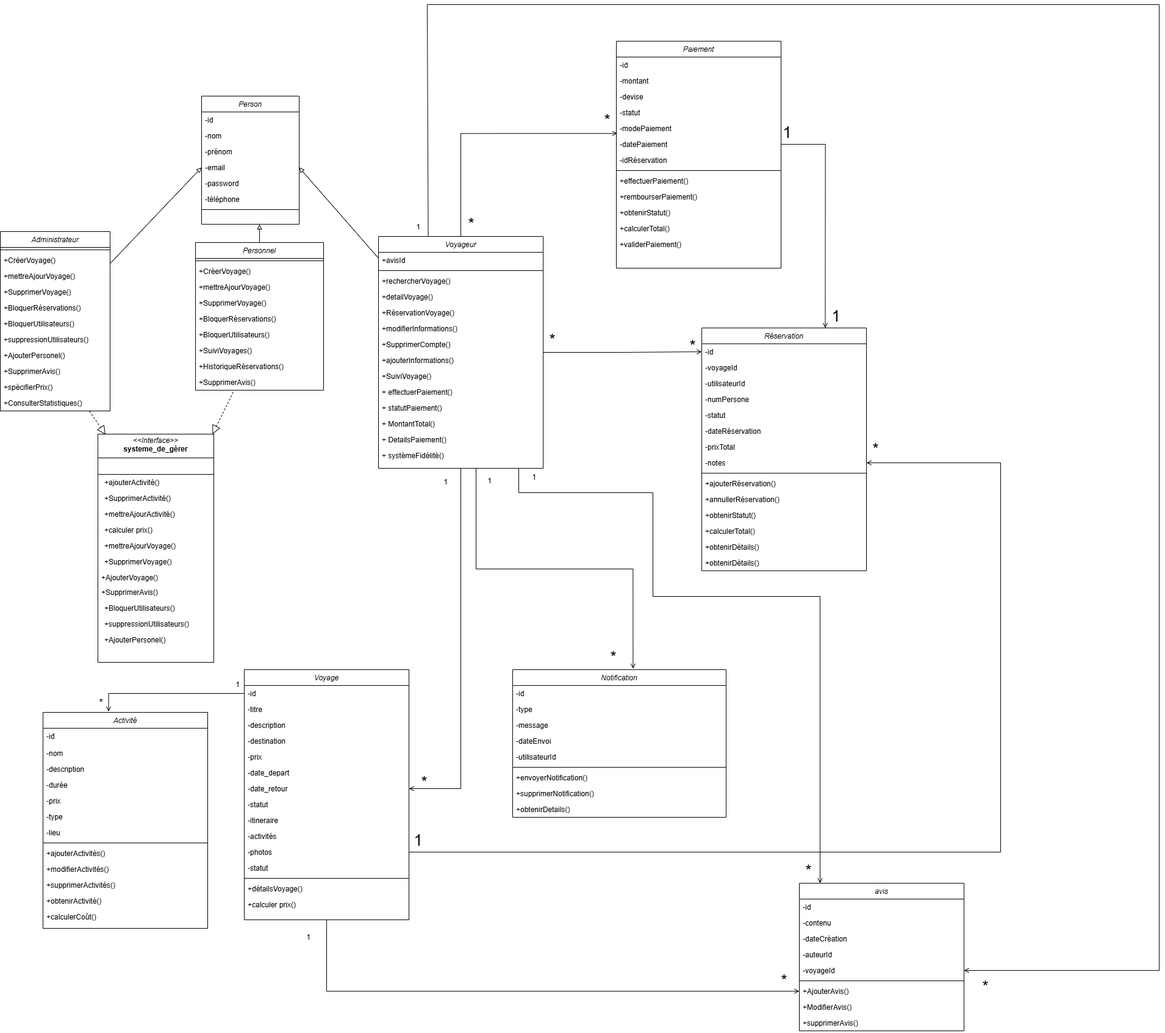
Above: Conception UML/Untitled Diagram.png in Hichamelhmaydi/file-rouge-DOC (draw.io), before the change. Source tidied: cells renumbered, new cells last; positions are measured from the earlier drawing's top-left corner, leaving out a move shared by most shapes.
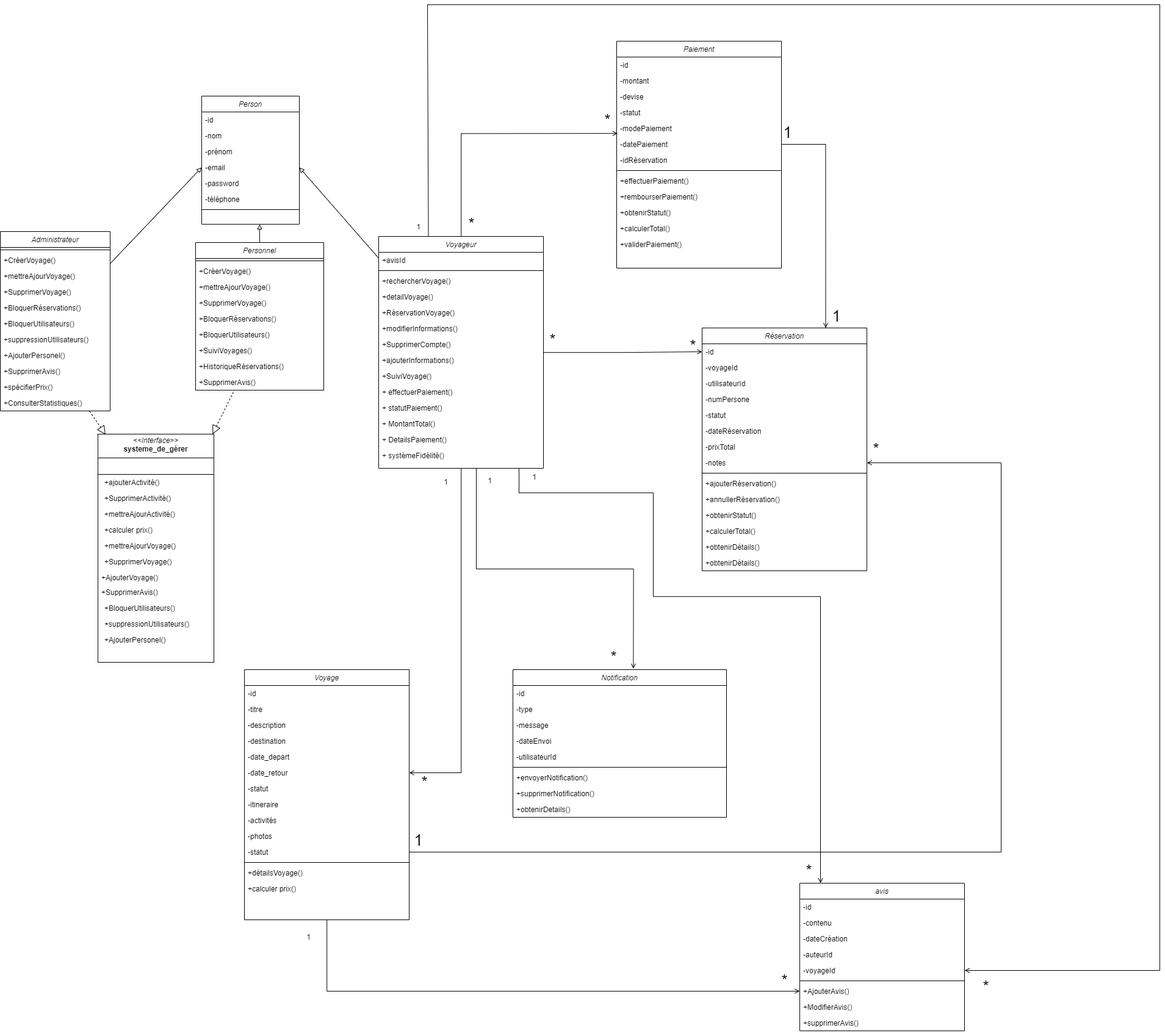
The same diagram one commit later.

Commit message:
mettre a jour uml

Change to the diagram source:
```diff
@@ -182,81 +182,36 @@
     <mxCell id="58" value="-destination" style="text;align=left;verticalAlign=top;spacingLeft=4;spacingRight=4;overflow=hidden;rounded=0;shadow=0;html=0;" parent="54" vertex="1">
       <mxGeometry y="104" width="270" height="26" as="geometry" />
     </mxCell>
-    <mxCell id="59" value="-prix" style="text;align=left;verticalAlign=top;spacingLeft=4;spacingRight=4;overflow=hidden;rounded=0;shadow=0;html=0;" parent="54" vertex="1">
-      <mxGeometry y="130" width="270" height="26" as="geometry" />
-    </mxCell>
     <mxCell id="60" value="-date_depart" style="text;align=left;verticalAlign=top;spacingLeft=4;spacingRight=4;overflow=hidden;rounded=0;shadow=0;html=0;" parent="54" vertex="1">
-      <mxGeometry y="156" width="270" height="26" as="geometry" />
+      <mxGeometry y="130" width="270" height="26" as="geometry" />
     </mxCell>
     <mxCell id="61" value="-date_retour" style="text;align=left;verticalAlign=top;spacingLeft=4;spacingRight=4;overflow=hidden;points=[[0,0.5],[1,0.5]];portConstraint=eastwest;rounded=0;shadow=0;html=0;" parent="54" vertex="1">
-      <mxGeometry y="182" width="270" height="26" as="geometry" />
+      <mxGeometry y="156" width="270" height="26" as="geometry" />
     </mxCell>
     <mxCell id="62" value="-statut" style="text;align=left;verticalAlign=top;spacingLeft=4;spacingRight=4;overflow=hidden;rounded=0;shadow=0;html=0;" parent="54" vertex="1">
-      <mxGeometry y="208" width="270" height="26" as="geometry" />
+      <mxGeometry y="182" width="270" height="26" as="geometry" />
     </mxCell>
     <mxCell id="63" value="-itineraire" style="text;align=left;verticalAlign=top;spacingLeft=4;spacingRight=4;overflow=hidden;rounded=0;shadow=0;html=0;" parent="54" vertex="1">
-      <mxGeometry y="234" width="270" height="26" as="geometry" />
+      <mxGeometry y="208" width="270" height="26" as="geometry" />
     </mxCell>
     <mxCell id="64" value="-activités" style="text;align=left;verticalAlign=top;spacingLeft=4;spacingRight=4;overflow=hidden;rounded=0;shadow=0;html=0;" parent="54" vertex="1">
-      <mxGeometry y="260" width="270" height="26" as="geometry" />
+      <mxGeometry y="234" width="270" height="26" as="geometry" />
     </mxCell>
     <mxCell id="65" value="-photos" style="text;align=left;verticalAlign=top;spacingLeft=4;spacingRight=4;overflow=hidden;points=[[0,0.5],[1,0.5]];portConstraint=eastwest;rounded=0;shadow=0;html=0;" parent="54" vertex="1">
-      <mxGeometry y="286" width="270" height="26" as="geometry" />
+      <mxGeometry y="260" width="270" height="26" as="geometry" />
     </mxCell>
     <mxCell id="66" value="-statut" style="text;align=left;verticalAlign=top;spacingLeft=4;spacingRight=4;overflow=hidden;rounded=0;shadow=0;html=0;" parent="54" vertex="1">
-      <mxGeometry y="312" width="270" height="26" as="geometry" />
+      <mxGeometry y="286" width="270" height="26" as="geometry" />
     </mxCell>
     <mxCell id="67" style="line;html=1;strokeWidth=1;align=left;verticalAlign=middle;spacingTop=-1;spacingLeft=3;spacingRight=3;labelPosition=right;" parent="54" vertex="1">
-      <mxGeometry y="338" width="270" height="8" as="geometry" />
+      <mxGeometry y="312" width="270" height="8" as="geometry" />
     </mxCell>
     <mxCell id="68" value="+détailsVoyage()" style="text;align=left;verticalAlign=top;spacingLeft=4;spacingRight=4;overflow=hidden;rounded=0;shadow=0;html=0;" parent="54" vertex="1">
-      <mxGeometry y="346" width="270" height="26" as="geometry" />
+      <mxGeometry y="320" width="270" height="26" as="geometry" />
     </mxCell>
     <mxCell id="69" value="+calculer prix()" style="text;align=left;verticalAlign=top;spacingLeft=4;spacingRight=4;overflow=hidden;rounded=0;shadow=0;html=0;" parent="54" vertex="1">
-      <mxGeometry y="372" width="270" height="26" as="geometry" />
+      <mxGeometry y="346" width="270" height="26" as="geometry" />
     </mxCell>
-    <mxCell id="70" value="Activité" style="swimlane;fontStyle=2;align=center;verticalAlign=top;horizontal=1;startSize=26;rounded=0;shadow=0;strokeWidth=1;" parent="1" vertex="1">
-      <mxGeometry x="70" y="1160" width="270" height="354" as="geometry" />
-    </mxCell>
-    <mxCell id="71" value="-id" style="text;align=left;verticalAlign=top;spacingLeft=4;spacingRight=4;overflow=hidden;rounded=0;shadow=0;html=0;" parent="70" vertex="1">
-      <mxGeometry y="26" width="270" height="28" as="geometry" />
-    </mxCell>
-    <mxCell id="72" value="-nom" style="text;align=left;verticalAlign=top;spacingLeft=4;spacingRight=4;overflow=hidden;rounded=0;shadow=0;html=0;" parent="70" vertex="1">
-      <mxGeometry y="54" width="270" height="26" as="geometry" />
-    </mxCell>
-    <mxCell id="73" value="-description" style="text;align=left;verticalAlign=top;spacingLeft=4;spacingRight=4;overflow=hidden;rounded=0;shadow=0;html=0;" parent="70" vertex="1">
-      <mxGeometry y="80" width="270" height="26" as="geometry" />
-    </mxCell>
-    <mxCell id="74" value="-durée" style="text;align=left;verticalAlign=top;spacingLeft=4;spacingRight=4;overflow=hidden;rounded=0;shadow=0;html=0;" parent="70" vertex="1">
-      <mxGeometry y="106" width="270" height="26" as="geometry" />
-    </mxCell>
-    <mxCell id="75" value="-prix" style="text;align=left;verticalAlign=top;spacingLeft=4;spacingRight=4;overflow=hidden;rounded=0;shadow=0;html=0;" parent="70" vertex="1">
-      <mxGeometry y="132" width="270" height="26" as="geometry" />
-    </mxCell>
-    <mxCell id="76" value="-type" style="text;align=left;verticalAlign=top;spacingLeft=4;spacingRight=4;overflow=hidden;rounded=0;shadow=0;html=0;" parent="70" vertex="1">
-      <mxGeometry y="158" width="270" height="26" as="geometry" />
-    </mxCell>
-    <mxCell id="77" value="-lieu" style="text;align=left;verticalAlign=top;spacingLeft=4;spacingRight=4;overflow=hidden;rounded=0;shadow=0;html=0;" parent="70" vertex="1">
-      <mxGeometry y="184" width="270" height="26" as="geometry" />
-    </mxCell>
-    <mxCell id="78" style="line;html=1;strokeWidth=1;align=left;verticalAlign=middle;spacingTop=-1;spacingLeft=3;spacingRight=3;labelPosition=right;" parent="70" vertex="1">
-      <mxGeometry y="210" width="270" height="8" as="geometry" />
-    </mxCell>
-    <mxCell id="79" value="+ajouterActivités()" style="text;align=left;verticalAlign=top;spacingLeft=4;spacingRight=4;overflow=hidden;rounded=0;shadow=0;html=0;" parent="70" vertex="1">
-      <mxGeometry y="218" width="270" height="26" as="geometry" />
-    </mxCell>
-    <mxCell id="80" value="+modifierActivités()" style="text;align=left;verticalAlign=top;spacingLeft=4;spacingRight=4;overflow=hidden;rounded=0;shadow=0;html=0;" parent="70" vertex="1">
-      <mxGeometry y="244" width="270" height="26" as="geometry" />
-    </mxCell>
-    <mxCell id="81" value="+supprimerActivités()" style="text;align=left;verticalAlign=top;spacingLeft=4;spacingRight=4;overflow=hidden;rounded=0;shadow=0;html=0;" parent="70" vertex="1">
-      <mxGeometry y="270" width="270" height="26" as="geometry" />
-    </mxCell>
-    <mxCell id="82" value="+obtenirActivité()" style="text;align=left;verticalAlign=top;spacingLeft=4;spacingRight=4;overflow=hidden;rounded=0;shadow=0;html=0;" parent="70" vertex="1">
-      <mxGeometry y="296" width="270" height="26" as="geometry" />
-    </mxCell>
-    <mxCell id="83" value="+calculerCoût()" style="text;align=left;verticalAlign=top;spacingLeft=4;spacingRight=4;overflow=hidden;rounded=0;shadow=0;html=0;" parent="70" vertex="1">
-      <mxGeometry y="322" width="270" height="26" as="geometry" />
-    </mxCell>
     <mxCell id="84" value="Réservation" style="swimlane;fontStyle=2;align=center;verticalAlign=top;horizontal=1;startSize=26;rounded=0;shadow=0;strokeWidth=1;" parent="1" vertex="1">
       <mxGeometry x="1150" y="530" width="270" height="398" as="geometry" />
     </mxCell>
@@ -433,9 +388,6 @@
     <mxCell id="140" style="endArrow=block;dashed=1;endFill=0;endSize=12;html=1;rounded=0;exitX=0.813;exitY=1.023;exitDx=0;exitDy=0;entryX=0.066;entryY=0.002;entryDx=0;entryDy=0;entryPerimeter=0;exitPerimeter=0;" parent="1" edge="1" source="22" target="135">
       <mxGeometry relative="1" as="geometry" />
     </mxCell>
-    <mxCell id="141" style="edgeStyle=orthogonalEdgeStyle;rounded=0;jettySize=auto;html=1;entryX=0.398;entryY=-0.004;entryDx=0;entryDy=0;entryPerimeter=0;endArrow=open;endFill=0;startArrow=none;startFill=0;" parent="1" edge="1" source="55" target="70">
-      <mxGeometry relative="1" as="geometry" />
-    </mxCell>
     <mxCell id="142" style="edgeStyle=orthogonalEdgeStyle;rounded=0;jettySize=auto;html=1;endArrow=open;endFill=0;startArrow=none;startFill=0;" parent="1" edge="1" target="114">
       <mxGeometry relative="1" as="geometry">
         <mxPoint x="850" y="760" as="sourcePoint" />
@@ -485,12 +437,6 @@
     <mxCell id="153" style="endArrow=block;dashed=1;endFill=0;endSize=12;html=1;rounded=0;exitX=0.295;exitY=1.122;exitDx=0;exitDy=0;exitPerimeter=0;" parent="1" edge="1" source="52" target="135">
       <mxGeometry relative="1" as="geometry" />
     </mxCell>
-    <mxCell id="154" value="1" style="text;html=1;align=center;verticalAlign=middle;strokeColor=none;fillColor=none;" parent="1" vertex="1">
-      <mxGeometry x="374" y="1100" width="30" height="30" as="geometry" />
-    </mxCell>
-    <mxCell id="155" value="&lt;div style=&quot;line-height: 100%;&quot;&gt;&lt;font style=&quot;font-size: 17px;&quot;&gt;*&lt;/font&gt;&lt;/div&gt;" style="text;html=1;align=center;verticalAlign=middle;strokeColor=none;fillColor=none;" parent="1" vertex="1">
-      <mxGeometry x="150" y="1130" width="30" height="30" as="geometry" />
-    </mxCell>
     <mxCell id="156" value="1" style="text;html=1;align=center;verticalAlign=middle;strokeColor=none;fillColor=none;" parent="1" vertex="1">
       <mxGeometry x="715" y="768" width="30" height="30" as="geometry" />
     </mxCell>
```
